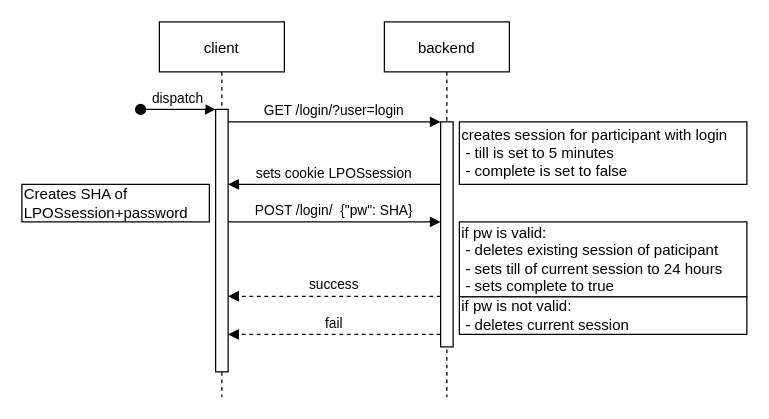
The draw.io diagram docs/login_sequence.drawio in nils-ost/LanPartyOnboardingSystem, before the edit. Source tidied: cells renumbered, new cells numbered last; positions are measured from the earlier drawing's top-left corner, leaving out a move shared by most shapes. Both pictures are drawn from the tidied source at 125%, with x=0, y=0 at pixel (21, 21).
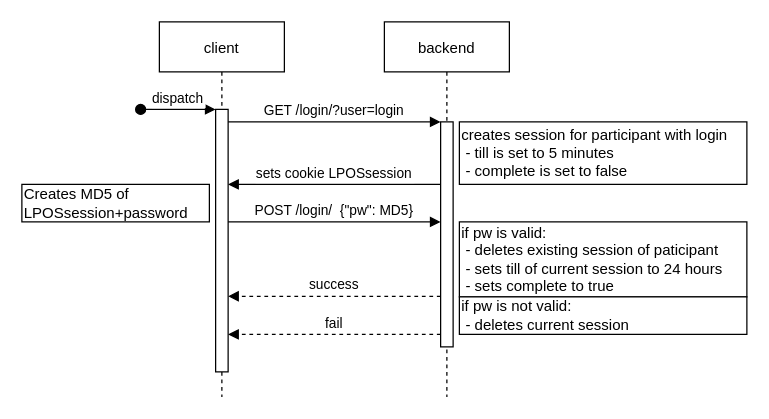
Above is the later version.

The edit, as a diff of the source:
```diff
@@
-    <mxCell id="10" value="Creates SHA of&lt;br&gt;LPOSsession+password" style="rounded=0;whiteSpace=wrap;html=1;align=left;" parent="1" vertex="1">
+    <mxCell id="10" value="Creates MD5 of&lt;br&gt;LPOSsession+password" style="rounded=0;whiteSpace=wrap;html=1;align=left;" parent="1" vertex="1">
       <mxGeometry y="130" width="150" height="30" as="geometry" />
     </mxCell>
-    <mxCell id="11" value="POST /login/  {&quot;pw&quot;: SHA}" style="verticalAlign=bottom;endArrow=block;entryX=0;entryY=0;shadow=0;strokeWidth=1;" parent="1" edge="1">
+    <mxCell id="11" value="POST /login/  {&quot;pw&quot;: MD5}" style="verticalAlign=bottom;endArrow=block;entryX=0;entryY=0;shadow=0;strokeWidth=1;" parent="1" edge="1">
       <mxGeometry relative="1" as="geometry">
         <mxPoint x="165" y="160" as="sourcePoint" />
         <mxPoint x="335" y="160" as="targetPoint" />
       </mxGeometry>
     </mxCell>
```
